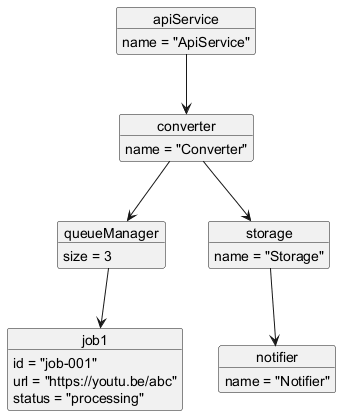
The PlantUML diagram UMLDiagrams/UML/03-object-diagram.png in ShouryaAswal/SunLeo, before a commit. Its diagram source:
```plantuml
@startuml
object apiService {
  name = "ApiService"
}

object converter {
  name = "Converter"
}

object queueManager {
  size = 3
}

object job1 {
  id = "job-001"
  url = "https://youtu.be/abc"
  status = "processing"
}

object storage {
  name = "Storage"
}

object notifier {
  name = "Notifier"
}

apiService --> converter
converter --> queueManager
queueManager --> job1
converter --> storage
storage --> notifier

@enduml
```
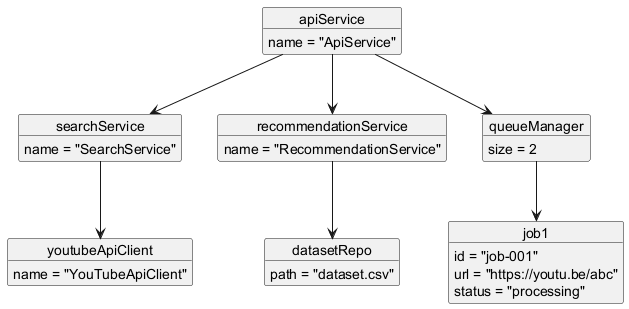
After the change.

What changed in the source:
```diff
@@ -3,12 +3,24 @@
   name = "ApiService"
 }
 
-object converter {
-  name = "Converter"
+object searchService {
+  name = "SearchService"
+}
+
+object youtubeApiClient {
+  name = "YouTubeApiClient"
+}
+
+object recommendationService {
+  name = "RecommendationService"
+}
+
+object datasetRepo {
+  path = "dataset.csv"
 }
 
 object queueManager {
-  size = 3
+  size = 2
 }
 
 object job1 {
@@ -17,18 +29,11 @@
   status = "processing"
 }
 
-object storage {
-  name = "Storage"
-}
-
-object notifier {
-  name = "Notifier"
-}
-
-apiService --> converter
-converter --> queueManager
+apiService --> searchService
+searchService --> youtubeApiClient
+apiService --> recommendationService
+recommendationService --> datasetRepo
+apiService --> queueManager
 queueManager --> job1
-converter --> storage
-storage --> notifier
 
 @enduml
```
